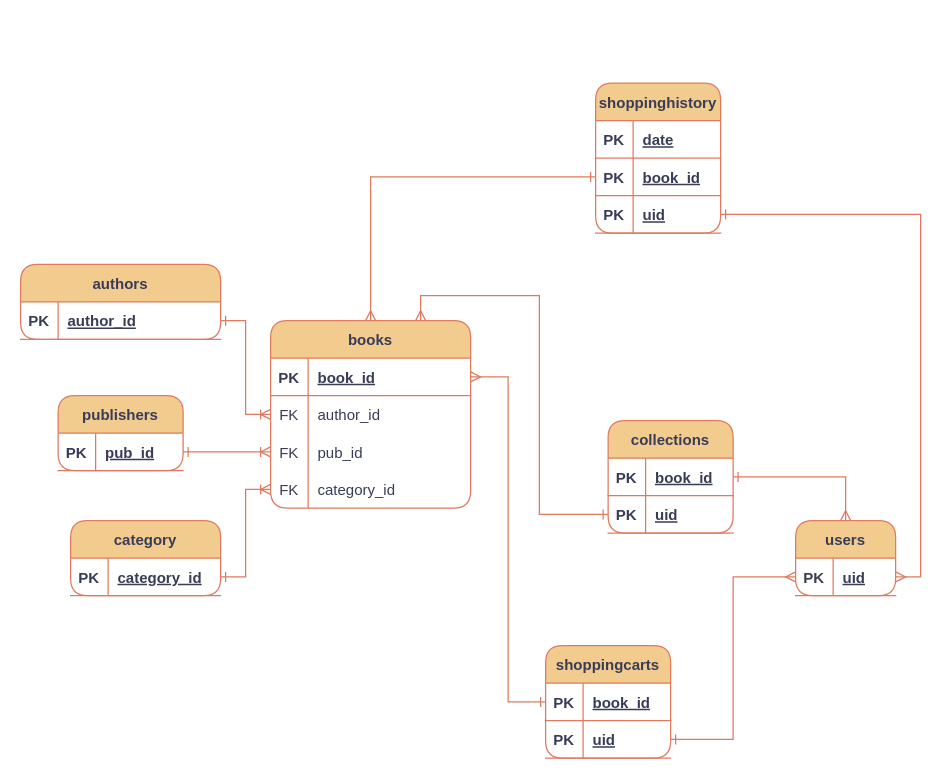
Before: mysql/ERDiagram/logics.drawio in lzh594/DBSEC2023-Lab3, a draw.io diagram. Source tidied: cells renumbered, new cells numbered last; positions are measured from the earlier drawing's top-left corner, leaving out a move shared by most shapes. Both pictures are drawn from the tidied source at 125%, with x=0, y=0 at pixel (20, 82).
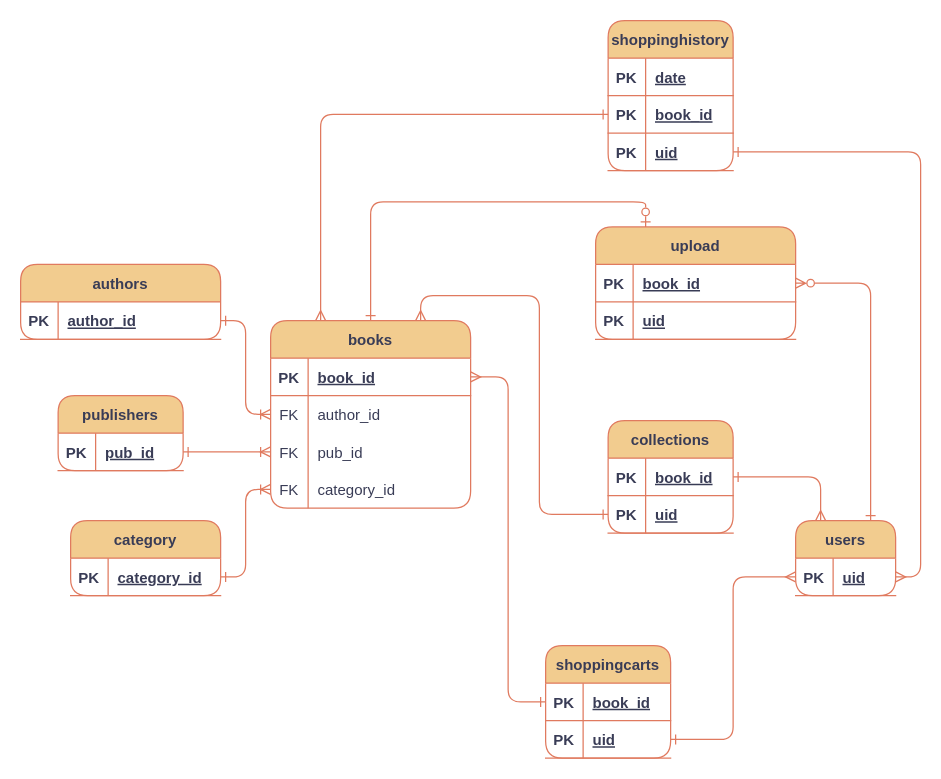
The same diagram, later.

The change refers to these unchanged cells:
```xml
<mxCell id="4" value="books" style="shape=table;startSize=30;childLayout=tableLayout;rowLines=0;fontStyle=1;align=center;rounded=1;labelBackgroundColor=none;fillColor=#F2CC8F;strokeColor=#E07A5F;fontColor=#393C56;" parent="1" vertex="1">
  <mxGeometry x="200" y="190" width="160" height="150" as="geometry" />
</mxCell>
<mxCell id="5" style="shape=tableRow;horizontal=0;startSize=0;swimlaneHead=0;swimlaneBody=0;fillColor=none;points=[[0,0.5],[1,0.5]];portConstraint=eastwest;strokeColor=#E07A5F;top=0;left=0;right=0;bottom=1;rounded=1;labelBackgroundColor=none;fontColor=#393C56;" parent="4" vertex="1">
  <mxGeometry y="30" width="160" height="30" as="geometry" />
</mxCell>
<mxCell id="8" style="shape=tableRow;horizontal=0;startSize=0;swimlaneHead=0;swimlaneBody=0;fillColor=none;points=[[0,0.5],[1,0.5]];portConstraint=eastwest;strokeColor=#E07A5F;top=0;left=0;right=0;bottom=0;rounded=1;labelBackgroundColor=none;fontColor=#393C56;" parent="4" vertex="1">
  <mxGeometry y="60" width="160" height="30" as="geometry" />
</mxCell>
<mxCell id="11" style="shape=tableRow;horizontal=0;startSize=0;swimlaneHead=0;swimlaneBody=0;fillColor=none;points=[[0,0.5],[1,0.5]];portConstraint=eastwest;strokeColor=#E07A5F;top=0;left=0;right=0;bottom=0;rounded=1;labelBackgroundColor=none;fontColor=#393C56;" parent="4" vertex="1">
  <mxGeometry y="90" width="160" height="30" as="geometry" />
</mxCell>
<mxCell id="14" style="shape=tableRow;horizontal=0;startSize=0;swimlaneHead=0;swimlaneBody=0;fillColor=none;points=[[0,0.5],[1,0.5]];portConstraint=eastwest;strokeColor=#E07A5F;top=0;left=0;right=0;bottom=0;rounded=1;labelBackgroundColor=none;fontColor=#393C56;" parent="4" vertex="1">
  <mxGeometry y="120" width="160" height="30" as="geometry" />
</mxCell>
<mxCell id="18" style="shape=tableRow;horizontal=0;startSize=0;swimlaneHead=0;swimlaneBody=0;fillColor=none;points=[[0,0.5],[1,0.5]];portConstraint=eastwest;strokeColor=#E07A5F;top=0;left=0;right=0;bottom=1;rounded=1;labelBackgroundColor=none;fontColor=#393C56;" parent="17" vertex="1">
  <mxGeometry y="30" width="160" height="30" as="geometry" />
</mxCell>
<mxCell id="22" style="shape=tableRow;horizontal=0;startSize=0;swimlaneHead=0;swimlaneBody=0;fillColor=none;points=[[0,0.5],[1,0.5]];portConstraint=eastwest;strokeColor=#E07A5F;top=0;left=0;right=0;bottom=1;rounded=1;labelBackgroundColor=none;fontColor=#393C56;" parent="21" vertex="1">
  <mxGeometry y="30" width="100" height="30" as="geometry" />
</mxCell>
<mxCell id="26" style="shape=tableRow;horizontal=0;startSize=0;swimlaneHead=0;swimlaneBody=0;fillColor=none;points=[[0,0.5],[1,0.5]];portConstraint=eastwest;strokeColor=#E07A5F;top=0;left=0;right=0;bottom=1;rounded=1;labelBackgroundColor=none;fontColor=#393C56;" parent="25" vertex="1">
  <mxGeometry y="30" width="120" height="30" as="geometry" />
</mxCell>
<mxCell id="29" value="users" style="shape=table;startSize=30;childLayout=tableLayout;rowLines=0;fontStyle=1;align=center;rounded=1;labelBackgroundColor=none;fillColor=#F2CC8F;strokeColor=#E07A5F;fontColor=#393C56;" parent="1" vertex="1">
  <mxGeometry x="620" y="350" width="80" height="60" as="geometry" />
</mxCell>
<mxCell id="30" style="shape=tableRow;horizontal=0;startSize=0;swimlaneHead=0;swimlaneBody=0;fillColor=none;points=[[0,0.5],[1,0.5]];portConstraint=eastwest;strokeColor=#E07A5F;top=0;left=0;right=0;bottom=1;rounded=1;labelBackgroundColor=none;fontColor=#393C56;" parent="29" vertex="1">
  <mxGeometry y="30" width="80" height="30" as="geometry" />
</mxCell>
<mxCell id="34" style="shape=tableRow;horizontal=0;startSize=0;swimlaneHead=0;swimlaneBody=0;fillColor=none;points=[[0,0.5],[1,0.5]];portConstraint=eastwest;strokeColor=#E07A5F;top=0;left=0;right=0;bottom=1;rounded=1;labelBackgroundColor=none;fontColor=#393C56;" parent="33" vertex="1">
  <mxGeometry y="30" width="100" height="30" as="geometry" />
</mxCell>
<mxCell id="37" style="shape=tableRow;horizontal=0;startSize=0;swimlaneHead=0;swimlaneBody=0;fillColor=none;points=[[0,0.5],[1,0.5]];portConstraint=eastwest;strokeColor=#E07A5F;top=0;left=0;right=0;bottom=1;rounded=1;labelBackgroundColor=none;fontColor=#393C56;" parent="33" vertex="1">
  <mxGeometry y="60" width="100" height="30" as="geometry" />
</mxCell>
<mxCell id="44" style="shape=tableRow;horizontal=0;startSize=0;swimlaneHead=0;swimlaneBody=0;fillColor=none;points=[[0,0.5],[1,0.5]];portConstraint=eastwest;strokeColor=#E07A5F;top=0;left=0;right=0;bottom=1;rounded=1;labelBackgroundColor=none;fontColor=#393C56;" parent="40" vertex="1">
  <mxGeometry y="60" width="100" height="30" as="geometry" />
</mxCell>
<mxCell id="47" style="shape=tableRow;horizontal=0;startSize=0;swimlaneHead=0;swimlaneBody=0;fillColor=none;points=[[0,0.5],[1,0.5]];portConstraint=eastwest;strokeColor=#E07A5F;top=0;left=0;right=0;bottom=1;rounded=1;labelBackgroundColor=none;fontColor=#393C56;" parent="40" vertex="1">
  <mxGeometry y="90" width="100" height="30" as="geometry" />
</mxCell>
<mxCell id="51" style="shape=tableRow;horizontal=0;startSize=0;swimlaneHead=0;swimlaneBody=0;fillColor=none;points=[[0,0.5],[1,0.5]];portConstraint=eastwest;strokeColor=#E07A5F;top=0;left=0;right=0;bottom=1;rounded=1;labelBackgroundColor=none;fontColor=#393C56;" parent="50" vertex="1">
  <mxGeometry y="30" width="100" height="30" as="geometry" />
</mxCell>
<mxCell id="54" style="shape=tableRow;horizontal=0;startSize=0;swimlaneHead=0;swimlaneBody=0;fillColor=none;points=[[0,0.5],[1,0.5]];portConstraint=eastwest;strokeColor=#E07A5F;top=0;left=0;right=0;bottom=1;rounded=1;labelBackgroundColor=none;fontColor=#393C56;" parent="50" vertex="1">
  <mxGeometry y="60" width="100" height="30" as="geometry" />
</mxCell>
```

What changed in the source:
```diff
@@
-    <mxCell id="2" style="edgeStyle=orthogonalEdgeStyle;rounded=0;jettySize=auto;html=1;exitX=0.75;exitY=0;exitDx=0;exitDy=0;entryX=0;entryY=0.5;entryDx=0;entryDy=0;strokeColor=#E07A5F;fontColor=#393C56;fillColor=#F2CC8F;startArrow=ERmany;startFill=0;endArrow=ERone;endFill=0;" parent="1" edge="1" source="4" target="54">
+    <mxCell id="2" style="edgeStyle=orthogonalEdgeStyle;rounded=1;jettySize=auto;html=1;exitX=0.75;exitY=0;exitDx=0;exitDy=0;entryX=0;entryY=0.5;entryDx=0;entryDy=0;strokeColor=#E07A5F;fontColor=default;fillColor=#F2CC8F;startArrow=ERmany;startFill=0;endArrow=ERone;endFill=0;labelBackgroundColor=none;" parent="1" edge="1" source="4" target="54">
       <mxGeometry relative="1" as="geometry" />
     </mxCell>
-    <mxCell id="3" style="edgeStyle=orthogonalEdgeStyle;rounded=0;jettySize=auto;html=1;exitX=0.5;exitY=0;exitDx=0;exitDy=0;entryX=0;entryY=0.5;entryDx=0;entryDy=0;strokeColor=#E07A5F;fontColor=#393C56;fillColor=#F2CC8F;startArrow=ERmany;startFill=0;endArrow=ERone;endFill=0;" parent="1" edge="1" source="4" target="44">
+    <mxCell id="3" style="edgeStyle=orthogonalEdgeStyle;rounded=1;jettySize=auto;html=1;exitX=0.25;exitY=0;exitDx=0;exitDy=0;entryX=0;entryY=0.5;entryDx=0;entryDy=0;strokeColor=#E07A5F;fontColor=default;fillColor=#F2CC8F;startArrow=ERmany;startFill=0;endArrow=ERone;endFill=0;labelBackgroundColor=none;" parent="1" edge="1" source="4" target="44">
       <mxGeometry relative="1" as="geometry" />
     </mxCell>
+    <mxCell id="64" style="edgeStyle=orthogonalEdgeStyle;rounded=1;jettySize=auto;html=1;exitX=0.5;exitY=0;exitDx=0;exitDy=0;entryX=0.25;entryY=0;entryDx=0;entryDy=0;strokeColor=#E07A5F;fontColor=#393C56;fillColor=#F2CC8F;startArrow=ERone;startFill=0;endArrow=ERzeroToOne;endFill=0;" parent="1" edge="1" source="4" target="65">
+      <mxGeometry relative="1" as="geometry" />
+    </mxCell>
@@
     <mxCell id="40" value="shoppinghistory" style="shape=table;startSize=30;childLayout=tableLayout;rowLines=0;fontStyle=1;align=center;rounded=1;labelBackgroundColor=none;fillColor=#F2CC8F;strokeColor=#E07A5F;fontColor=#393C56;" parent="1" vertex="1">
-      <mxGeometry x="460" width="100" height="120" as="geometry" />
+      <mxGeometry x="470" y="-50" width="100" height="120" as="geometry" />
     </mxCell>
@@
-    <mxCell id="57" style="edgeStyle=orthogonalEdgeStyle;rounded=0;jettySize=auto;html=1;exitX=1;exitY=0.5;exitDx=0;exitDy=0;entryX=0;entryY=0.5;entryDx=0;entryDy=0;strokeColor=#E07A5F;fontColor=#393C56;fillColor=#F2CC8F;startArrow=ERone;startFill=0;endArrow=ERoneToMany;endFill=0;" parent="1" edge="1" source="26" target="14">
+    <mxCell id="57" style="edgeStyle=orthogonalEdgeStyle;rounded=1;jettySize=auto;html=1;exitX=1;exitY=0.5;exitDx=0;exitDy=0;entryX=0;entryY=0.5;entryDx=0;entryDy=0;strokeColor=#E07A5F;fontColor=default;fillColor=#F2CC8F;startArrow=ERone;startFill=0;endArrow=ERoneToMany;endFill=0;labelBackgroundColor=none;" parent="1" edge="1" source="26" target="14">
       <mxGeometry relative="1" as="geometry" />
     </mxCell>
-    <mxCell id="58" style="edgeStyle=orthogonalEdgeStyle;rounded=0;jettySize=auto;html=1;exitX=1;exitY=0.5;exitDx=0;exitDy=0;entryX=0;entryY=0.5;entryDx=0;entryDy=0;strokeColor=#E07A5F;fontColor=#393C56;fillColor=#F2CC8F;startArrow=ERone;startFill=0;endArrow=ERoneToMany;endFill=0;" parent="1" edge="1" source="22" target="11">
+    <mxCell id="58" style="edgeStyle=orthogonalEdgeStyle;rounded=1;jettySize=auto;html=1;exitX=1;exitY=0.5;exitDx=0;exitDy=0;entryX=0;entryY=0.5;entryDx=0;entryDy=0;strokeColor=#E07A5F;fontColor=default;fillColor=#F2CC8F;startArrow=ERone;startFill=0;endArrow=ERoneToMany;endFill=0;labelBackgroundColor=none;" parent="1" edge="1" source="22" target="11">
       <mxGeometry relative="1" as="geometry" />
     </mxCell>
-    <mxCell id="59" style="edgeStyle=orthogonalEdgeStyle;rounded=0;jettySize=auto;html=1;exitX=1;exitY=0.5;exitDx=0;exitDy=0;entryX=0;entryY=0.5;entryDx=0;entryDy=0;strokeColor=#E07A5F;fontColor=#393C56;fillColor=#F2CC8F;startArrow=ERone;startFill=0;endArrow=ERoneToMany;endFill=0;" parent="1" edge="1" source="18" target="8">
+    <mxCell id="59" style="edgeStyle=orthogonalEdgeStyle;rounded=1;jettySize=auto;html=1;exitX=1;exitY=0.5;exitDx=0;exitDy=0;entryX=0;entryY=0.5;entryDx=0;entryDy=0;strokeColor=#E07A5F;fontColor=default;fillColor=#F2CC8F;startArrow=ERone;startFill=0;endArrow=ERoneToMany;endFill=0;labelBackgroundColor=none;" parent="1" edge="1" source="18" target="8">
       <mxGeometry relative="1" as="geometry" />
     </mxCell>
-    <mxCell id="60" style="edgeStyle=orthogonalEdgeStyle;rounded=0;jettySize=auto;html=1;exitX=1;exitY=0.5;exitDx=0;exitDy=0;entryX=0;entryY=0.5;entryDx=0;entryDy=0;strokeColor=#E07A5F;fontColor=#393C56;fillColor=#F2CC8F;startArrow=ERmany;startFill=0;endArrow=ERone;endFill=0;" parent="1" edge="1" source="5" target="34">
+    <mxCell id="60" style="edgeStyle=orthogonalEdgeStyle;rounded=1;jettySize=auto;html=1;exitX=1;exitY=0.5;exitDx=0;exitDy=0;entryX=0;entryY=0.5;entryDx=0;entryDy=0;strokeColor=#E07A5F;fontColor=default;fillColor=#F2CC8F;startArrow=ERmany;startFill=0;endArrow=ERone;endFill=0;labelBackgroundColor=none;" parent="1" edge="1" source="5" target="34">
       <mxGeometry relative="1" as="geometry" />
     </mxCell>
-    <mxCell id="61" style="edgeStyle=orthogonalEdgeStyle;rounded=0;jettySize=auto;html=1;exitX=1;exitY=0.5;exitDx=0;exitDy=0;entryX=0;entryY=0.5;entryDx=0;entryDy=0;strokeColor=#E07A5F;fontColor=#393C56;fillColor=#F2CC8F;startArrow=ERone;startFill=0;endArrow=ERmany;endFill=0;" parent="1" edge="1" source="37" target="30">
+    <mxCell id="61" style="edgeStyle=orthogonalEdgeStyle;rounded=1;jettySize=auto;html=1;exitX=1;exitY=0.5;exitDx=0;exitDy=0;entryX=0;entryY=0.5;entryDx=0;entryDy=0;strokeColor=#E07A5F;fontColor=default;fillColor=#F2CC8F;startArrow=ERone;startFill=0;endArrow=ERmany;endFill=0;labelBackgroundColor=none;" parent="1" edge="1" source="37" target="30">
       <mxGeometry relative="1" as="geometry" />
     </mxCell>
-    <mxCell id="62" style="edgeStyle=orthogonalEdgeStyle;rounded=0;jettySize=auto;html=1;exitX=1;exitY=0.5;exitDx=0;exitDy=0;entryX=0.5;entryY=0;entryDx=0;entryDy=0;strokeColor=#E07A5F;fontColor=#393C56;fillColor=#F2CC8F;startArrow=ERone;startFill=0;endArrow=ERmany;endFill=0;" parent="1" edge="1" source="51" target="29">
+    <mxCell id="62" style="edgeStyle=orthogonalEdgeStyle;rounded=1;jettySize=auto;html=1;exitX=1;exitY=0.5;exitDx=0;exitDy=0;entryX=0.25;entryY=0;entryDx=0;entryDy=0;strokeColor=#E07A5F;fontColor=default;fillColor=#F2CC8F;startArrow=ERone;startFill=0;endArrow=ERmany;endFill=0;labelBackgroundColor=none;" parent="1" edge="1" source="51" target="29">
       <mxGeometry relative="1" as="geometry" />
     </mxCell>
-    <mxCell id="63" style="edgeStyle=orthogonalEdgeStyle;rounded=0;jettySize=auto;html=1;exitX=1;exitY=0.5;exitDx=0;exitDy=0;strokeColor=#E07A5F;fontColor=#393C56;fillColor=#F2CC8F;entryX=1;entryY=0.5;entryDx=0;entryDy=0;startArrow=ERone;startFill=0;endArrow=ERmany;endFill=0;" parent="1" edge="1" source="47" target="30">
+    <mxCell id="63" style="edgeStyle=orthogonalEdgeStyle;rounded=1;jettySize=auto;html=1;exitX=1;exitY=0.5;exitDx=0;exitDy=0;strokeColor=#E07A5F;fontColor=default;fillColor=#F2CC8F;entryX=1;entryY=0.5;entryDx=0;entryDy=0;startArrow=ERone;startFill=0;endArrow=ERmany;endFill=0;labelBackgroundColor=none;" parent="1" edge="1" source="47" target="30">
       <mxGeometry relative="1" as="geometry" />
     </mxCell>
+    <mxCell id="65" value="upload" style="shape=table;startSize=30;childLayout=tableLayout;rowLines=0;fontStyle=1;align=center;rounded=1;labelBackgroundColor=none;fillColor=#F2CC8F;strokeColor=#E07A5F;fontColor=#393C56;" parent="1" vertex="1">
+      <mxGeometry x="460" y="115" width="160" height="90" as="geometry" />
+    </mxCell>
+    <mxCell id="66" style="shape=tableRow;horizontal=0;startSize=0;swimlaneHead=0;swimlaneBody=0;fillColor=none;points=[[0,0.5],[1,0.5]];portConstraint=eastwest;strokeColor=#E07A5F;top=0;left=0;right=0;bottom=1;rounded=1;labelBackgroundColor=none;fontColor=#393C56;" parent="65" vertex="1">
+      <mxGeometry y="30" width="160" height="30" as="geometry" />
+    </mxCell>
+    <mxCell id="67" value="PK" style="shape=partialRectangle;overflow=hidden;fillColor=none;strokeColor=#E07A5F;top=0;left=0;bottom=0;right=0;fontStyle=1;rounded=1;labelBackgroundColor=none;fontColor=#393C56;" parent="66" vertex="1">
+      <mxGeometry width="30" height="30" as="geometry" />
+    </mxCell>
+    <mxCell id="68" value="book_id" style="shape=partialRectangle;overflow=hidden;fillColor=none;align=left;strokeColor=#E07A5F;top=0;left=0;bottom=0;right=0;spacingLeft=6;fontStyle=5;rounded=1;labelBackgroundColor=none;fontColor=#393C56;" parent="66" vertex="1">
+      <mxGeometry x="30" width="130" height="30" as="geometry" />
+    </mxCell>
+    <mxCell id="69" style="shape=tableRow;horizontal=0;startSize=0;swimlaneHead=0;swimlaneBody=0;fillColor=none;strokeColor=#E07A5F;top=0;left=0;right=0;bottom=1;rounded=1;labelBackgroundColor=none;fontColor=#393C56;" parent="65" vertex="1">
+      <mxGeometry y="60" width="160" height="30" as="geometry" />
+    </mxCell>
+    <mxCell id="70" value="PK" style="shape=partialRectangle;overflow=hidden;fillColor=none;strokeColor=#E07A5F;top=0;left=0;bottom=0;right=0;fontStyle=1;rounded=1;labelBackgroundColor=none;fontColor=#393C56;" parent="69" vertex="1">
+      <mxGeometry width="30" height="30" as="geometry" />
+    </mxCell>
+    <mxCell id="71" value="uid " style="shape=partialRectangle;overflow=hidden;fillColor=none;align=left;strokeColor=#E07A5F;top=0;left=0;bottom=0;right=0;spacingLeft=6;fontStyle=5;rounded=1;labelBackgroundColor=none;fontColor=#393C56;" parent="69" vertex="1">
+      <mxGeometry x="30" width="130" height="30" as="geometry" />
+    </mxCell>
+    <mxCell id="72" style="edgeStyle=orthogonalEdgeStyle;rounded=1;jettySize=auto;html=1;exitX=1;exitY=0.5;exitDx=0;exitDy=0;entryX=0.75;entryY=0;entryDx=0;entryDy=0;strokeColor=#E07A5F;fontColor=#393C56;fillColor=#F2CC8F;startArrow=ERzeroToMany;startFill=0;endArrow=ERone;endFill=0;" parent="1" edge="1" source="66" target="29">
+      <mxGeometry relative="1" as="geometry" />
+    </mxCell>
```
